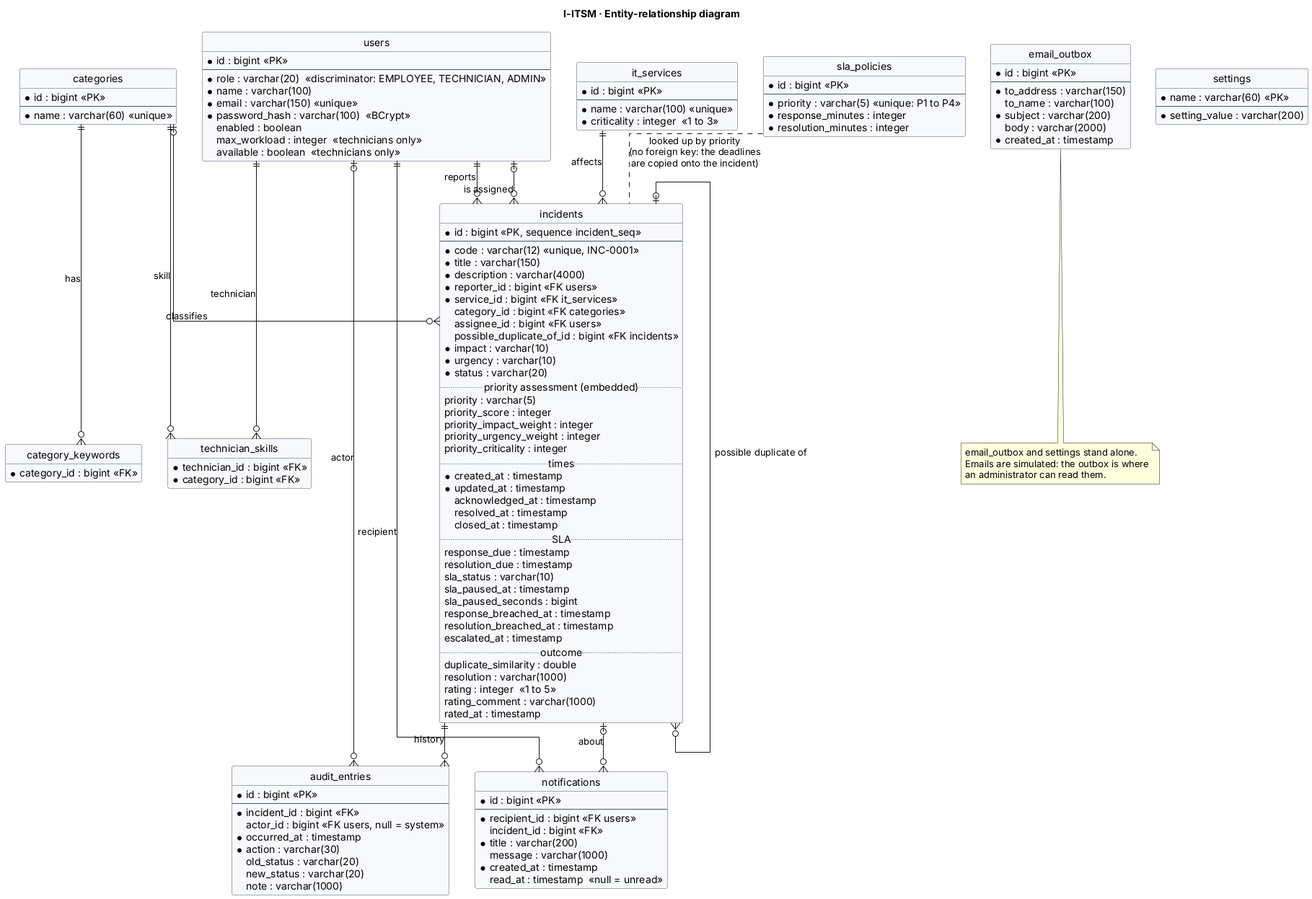
This is docs/diagrams/er-diagram.png from PresidentOfBirTawil/itsm, a PlantUML export, as it was before one commit. The source it was exported from:
```plantuml
@startuml er-diagram
title I-ITSM · Entity-relationship diagram

hide circle
hide methods
skinparam shadowing false
skinparam linetype ortho
skinparam class {
  BackgroundColor #F7F9FC
  BorderColor #4A5568
}

entity "users" as users {
  * id : bigint <<PK>>
  --
  * role : varchar(20)  <<discriminator: EMPLOYEE, TECHNICIAN, ADMIN>>
  * name : varchar(100)
  * email : varchar(150) <<unique>>
  * password_hash : varchar(100)  <<BCrypt>>
  enabled : boolean
  max_workload : integer  <<technicians only>>
  available : boolean  <<technicians only>>
}

entity "categories" as categories {
  * id : bigint <<PK>>
  --
  * name : varchar(60) <<unique>>
}

entity "category_keywords" as keywords {
  * category_id : bigint <<FK>>
  * keyword : varchar(60)
}

entity "technician_skills" as skills {
  * technician_id : bigint <<FK>>
  * category_id : bigint <<FK>>
}

entity "it_services" as services {
  * id : bigint <<PK>>
  --
  * name : varchar(100) <<unique>>
  * criticality : integer  <<1 to 3>>
}

entity "sla_policies" as sla {
  * id : bigint <<PK>>
  --
  * priority : varchar(5) <<unique: P1 to P4>>
  * response_minutes : integer
  * resolution_minutes : integer
}

entity "incidents" as incidents {
  * id : bigint <<PK, sequence incident_seq>>
  --
  * code : varchar(12) <<unique, INC-0001>>
  * title : varchar(150)
  * description : varchar(4000)
  * reporter_id : bigint <<FK users>>
  * service_id : bigint <<FK it_services>>
  category_id : bigint <<FK categories>>
  assignee_id : bigint <<FK users>>
  possible_duplicate_of_id : bigint <<FK incidents>>
  * impact : varchar(10)
  * urgency : varchar(10)
  * status : varchar(20)
  .. priority assessment (embedded) ..
  priority : varchar(5)
  priority_score : integer
  priority_impact_weight : integer
  priority_urgency_weight : integer
  priority_criticality : integer
  .. times ..
  * created_at : timestamp
  * updated_at : timestamp
  acknowledged_at : timestamp
  resolved_at : timestamp
  closed_at : timestamp
  .. SLA ..
  response_due : timestamp
  resolution_due : timestamp
  sla_status : varchar(10)
  sla_paused_at : timestamp
  sla_paused_seconds : bigint
  response_breached_at : timestamp
  resolution_breached_at : timestamp
  escalated_at : timestamp
  .. outcome ..
  duplicate_similarity : double
  resolution : varchar(1000)
  rating : integer  <<1 to 5>>
  rating_comment : varchar(1000)
  rated_at : timestamp
}

entity "audit_entries" as audit {
  * id : bigint <<PK>>
  --
  * incident_id : bigint <<FK>>
  actor_id : bigint <<FK users, null = system>>
  * occurred_at : timestamp
  * action : varchar(30)
  old_status : varchar(20)
  new_status : varchar(20)
  note : varchar(1000)
}

entity "notifications" as notifications {
  * id : bigint <<PK>>
  --
  * recipient_id : bigint <<FK users>>
  incident_id : bigint <<FK>>
  * title : varchar(200)
  message : varchar(1000)
  * created_at : timestamp
  read_at : timestamp  <<null = unread>>
}

entity "email_outbox" as emails {
  * id : bigint <<PK>>
  --
  * to_address : varchar(150)
  to_name : varchar(100)
  * subject : varchar(200)
  body : varchar(2000)
  * created_at : timestamp
}

entity "settings" as settings {
  * name : varchar(60) <<PK>>
  --
  * setting_value : varchar(200)
}

users ||--o{ incidents : reports
users |o--o{ incidents : is assigned
services ||--o{ incidents : affects
categories |o--o{ incidents : classifies
incidents |o--o{ incidents : possible duplicate of
incidents ||--o{ audit : history
users |o--o{ audit : actor
users ||--o{ notifications : recipient
incidents |o--o{ notifications : about
categories ||--o{ keywords : has
users ||--o{ skills : technician
categories ||--o{ skills : skill
sla .. incidents : looked up by priority\n(no foreign key: the deadlines\nare copied onto the incident)

note bottom of emails
  email_outbox and settings stand alone.
  Emails are simulated: the outbox is where
  an administrator can read them.
end note
@enduml
```
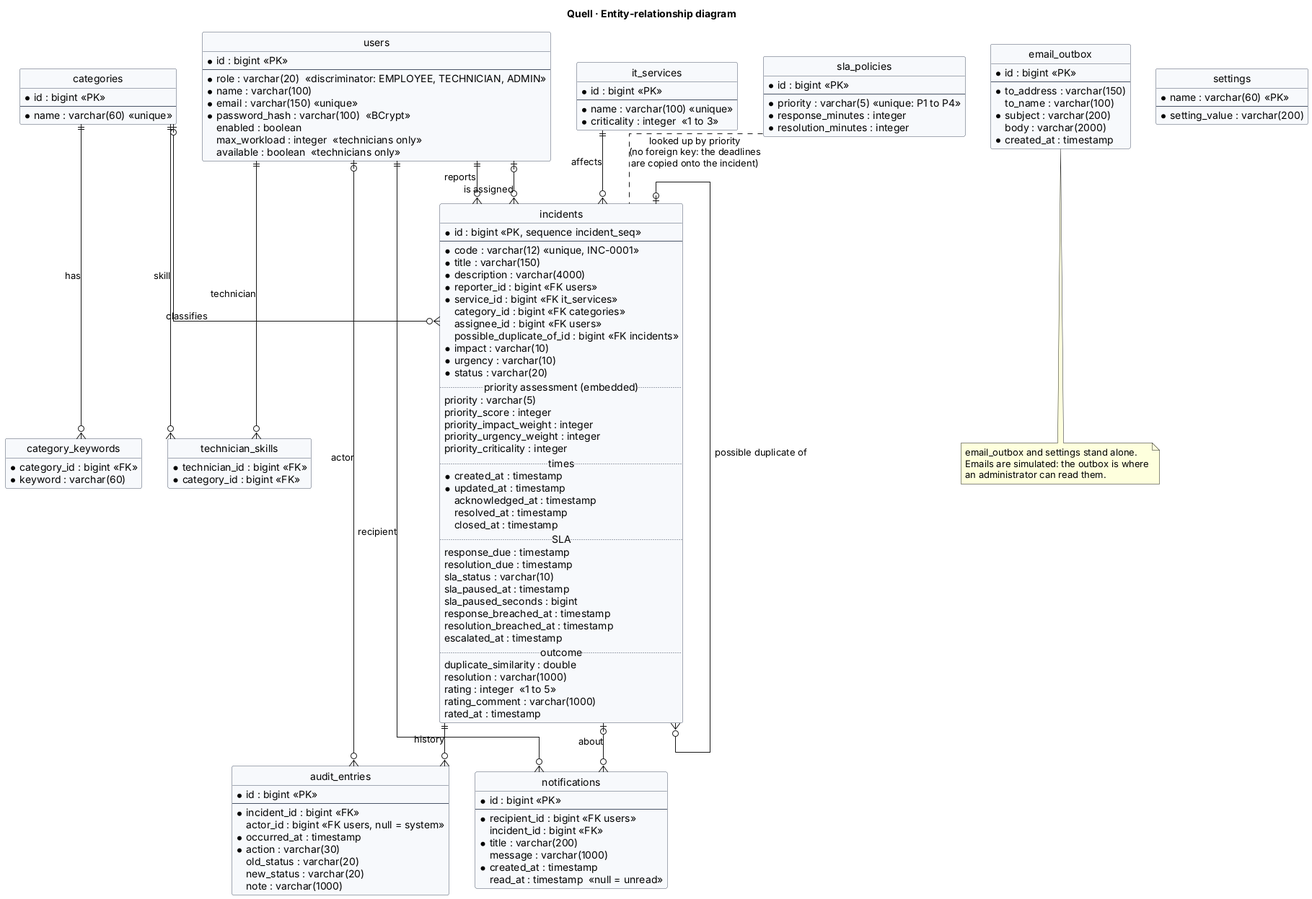
Above is the later version.

What changed in the source:
```diff
@@ -1,5 +1,5 @@
 @startuml er-diagram
-title I-ITSM · Entity-relationship diagram
+title Quell · Entity-relationship diagram
 
 hide circle
 hide methods
@@ -30,7 +30,7 @@
 
 entity "category_keywords" as keywords {
   * category_id : bigint <<FK>>
-  * keyword : varchar(60)
+  {field} * keyword : varchar(60)
 }
 
 entity "technician_skills" as skills {
```
